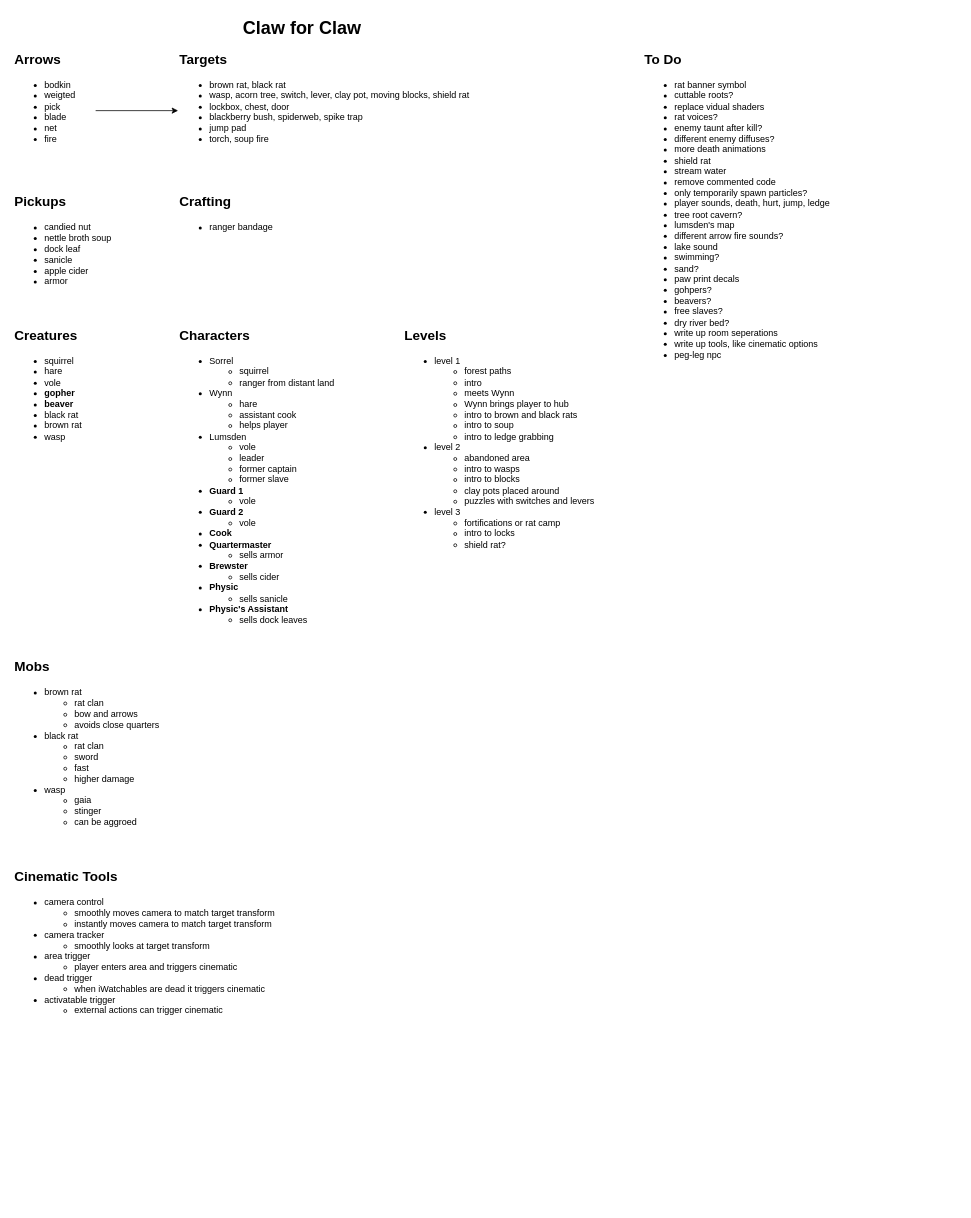
This is Planning/design-doc.drawio from camerondedore/Godot-Project-3, a draw.io file, before an edit. Source tidied: cells renumbered, new cells numbered last; positions are measured from the earlier drawing's top-left corner, leaving out a move shared by most shapes. Both pictures are drawn from the tidied source at 75%, with x=0, y=0 at pixel (13, 13).
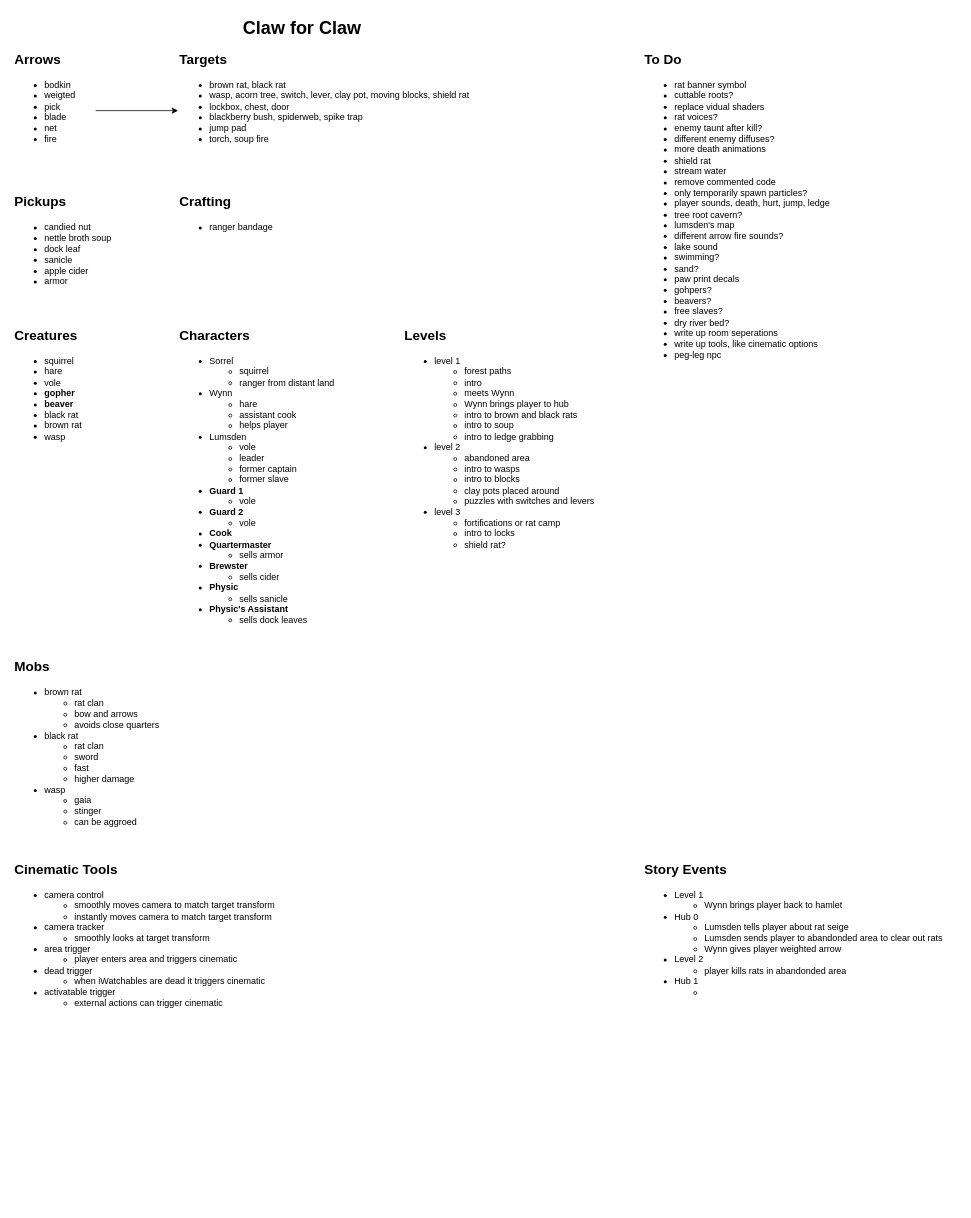
The same diagram, later.

Commit message (it also covers changes not shown here):
working on wynn animation

Diff of the diagram source:
```diff
@@
     <mxCell id="22" value="&lt;ul&gt;&lt;li&gt;camera control&lt;/li&gt;&lt;ul&gt;&lt;li&gt;smoothly moves camera to match target transform&lt;/li&gt;&lt;li&gt;instantly moves camera to match target transform&lt;/li&gt;&lt;/ul&gt;&lt;li&gt;&lt;span style=&quot;background-color: transparent; color: light-dark(rgb(0, 0, 0), rgb(255, 255, 255));&quot;&gt;camera tracker&lt;/span&gt;&lt;br&gt;&lt;/li&gt;&lt;ul&gt;&lt;li&gt;smoothly looks at target transform&lt;/li&gt;&lt;/ul&gt;&lt;li&gt;area trigger&lt;/li&gt;&lt;ul&gt;&lt;li&gt;player enters area and triggers cinematic&lt;/li&gt;&lt;/ul&gt;&lt;li&gt;dead trigger&lt;/li&gt;&lt;ul&gt;&lt;li&gt;when iWatchables are dead it triggers cinematic&lt;/li&gt;&lt;/ul&gt;&lt;li&gt;activatable trigger&lt;/li&gt;&lt;ul&gt;&lt;li&gt;external actions can trigger cinematic&lt;/li&gt;&lt;/ul&gt;&lt;/ul&gt;" style="text;html=1;align=left;verticalAlign=top;whiteSpace=wrap;rounded=0;" parent="1" vertex="1">
-      <mxGeometry y="1160" width="370" height="220" as="geometry" />
+      <mxGeometry y="1150" width="370" height="220" as="geometry" />
     </mxCell>
     <mxCell id="23" value="&lt;font style=&quot;font-size: 18px;&quot;&gt;Cinematic Tools&lt;/font&gt;" style="text;strokeColor=none;fillColor=none;html=1;fontSize=24;fontStyle=1;verticalAlign=middle;align=left;" parent="1" vertex="1">
-      <mxGeometry y="1130" width="100" height="40" as="geometry" />
+      <mxGeometry y="1120" width="100" height="40" as="geometry" />
     </mxCell>
+    <mxCell id="24" value="&lt;font style=&quot;font-size: 18px;&quot;&gt;Story Events&lt;/font&gt;" style="text;strokeColor=none;fillColor=none;html=1;fontSize=24;fontStyle=1;verticalAlign=middle;align=left;" parent="1" vertex="1">
+      <mxGeometry x="840" y="1120" width="100" height="40" as="geometry" />
+    </mxCell>
+    <mxCell id="25" value="&lt;ul&gt;&lt;li&gt;Level 1&lt;/li&gt;&lt;ul&gt;&lt;li&gt;Wynn brings player back to hamlet&lt;/li&gt;&lt;/ul&gt;&lt;li&gt;Hub 0&lt;/li&gt;&lt;ul&gt;&lt;li&gt;Lumsden tells player about rat seige&lt;/li&gt;&lt;li&gt;Lumsden sends player to abandonded area to clear out rats&lt;/li&gt;&lt;li&gt;Wynn gives player weighted arrow&lt;/li&gt;&lt;/ul&gt;&lt;li&gt;Level 2&lt;/li&gt;&lt;ul&gt;&lt;li&gt;player kills rats in abandonded area&lt;/li&gt;&lt;/ul&gt;&lt;li&gt;Hub 1&lt;/li&gt;&lt;ul&gt;&lt;li&gt;&lt;br&gt;&lt;/li&gt;&lt;/ul&gt;&lt;/ul&gt;" style="text;html=1;align=left;verticalAlign=top;whiteSpace=wrap;rounded=0;" parent="1" vertex="1">
+      <mxGeometry x="840" y="1150" width="420" height="440" as="geometry" />
+    </mxCell>
```
